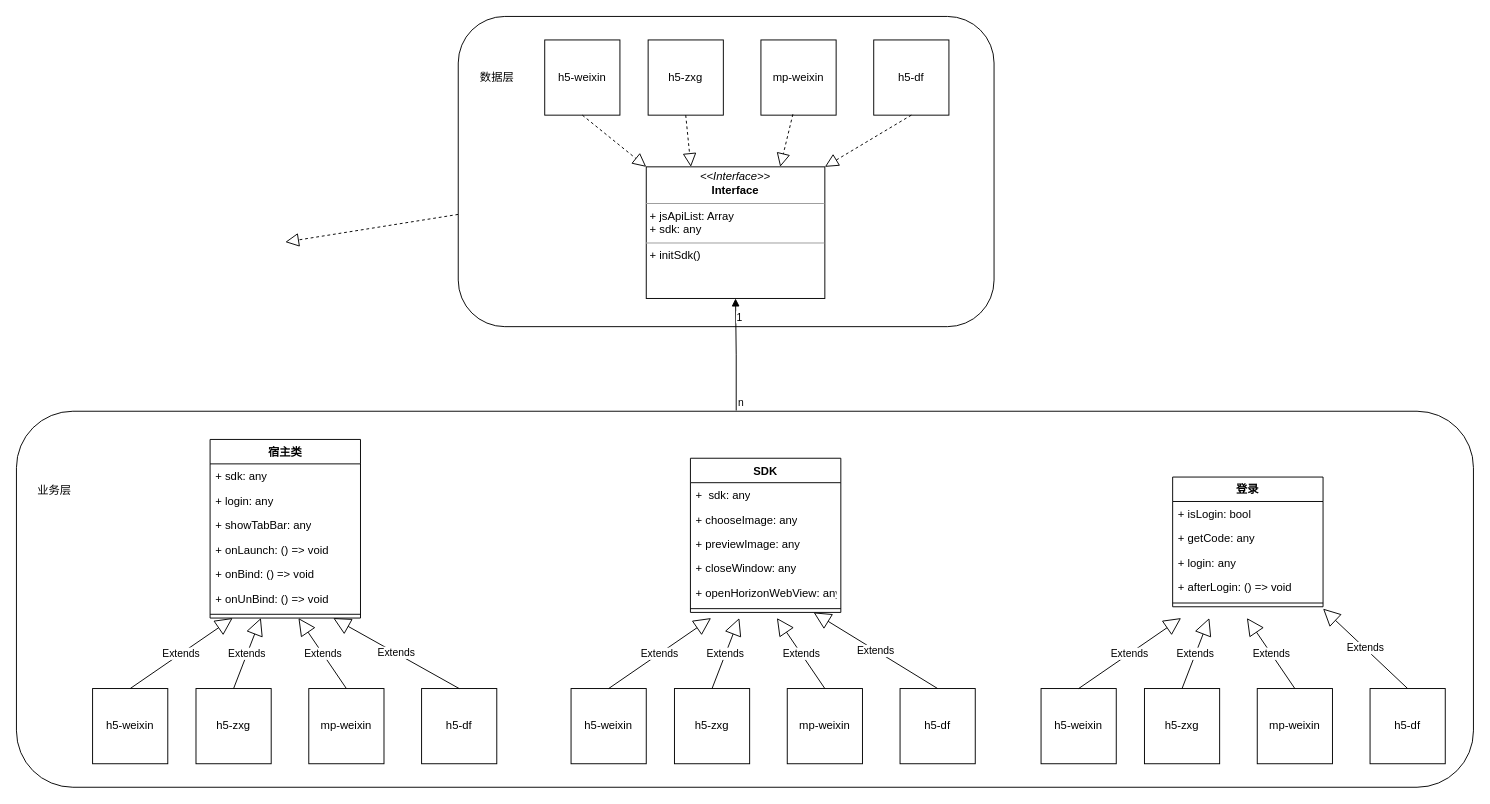
Earlier version of the draw.io diagram page "第 2 页" (2 of 3) of 未命名绘图.drawio (ios2014/ios--). Source tidied: cells renumbered, new cells numbered last; positions are measured from the earlier drawing's top-left corner, leaving out a move shared by most shapes. Both pictures are drawn from the tidied source at 94%, with x=0, y=0 at pixel (16, 16).
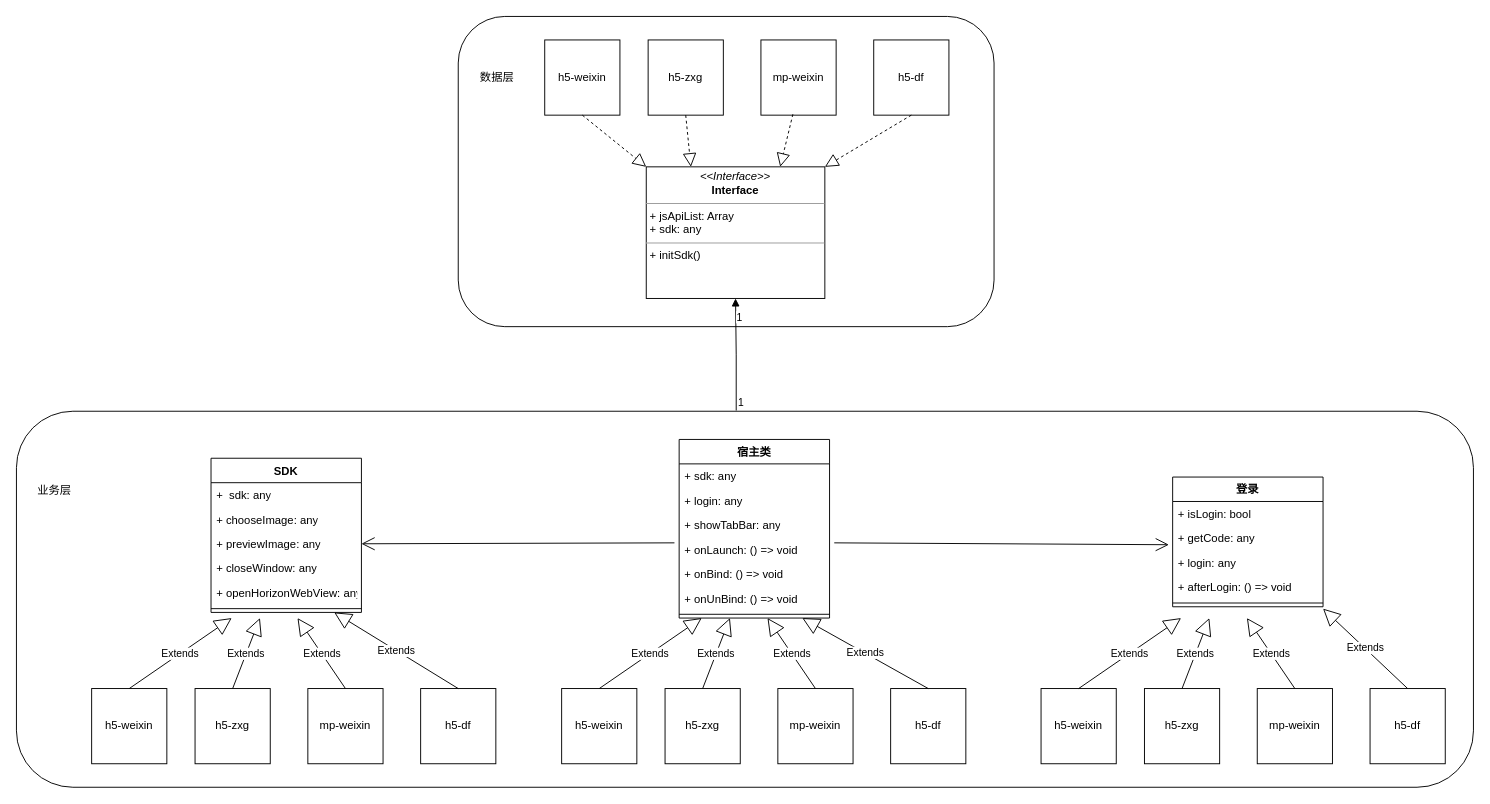
The same page after the edit.

The change refers to these unchanged cells:
```xml
<mxCell id="7" style="rounded=1;whiteSpace=wrap;html=1;" parent="1" vertex="1">
  <mxGeometry x="470" width="570" height="330" as="geometry" />
</mxCell>
<mxCell id="24" style="endArrow=block;endFill=1;html=1;edgeStyle=orthogonalEdgeStyle;align=left;verticalAlign=top;rounded=0;entryX=0.5;entryY=1;entryDx=0;entryDy=0;exitX=0.494;exitY=-0.002;exitDx=0;exitDy=0;exitPerimeter=0;" parent="1" edge="1" source="3" target="15">
  <mxGeometry x="-1" relative="1" as="geometry" />
</mxCell>
<mxCell id="42" value="+&amp;nbsp;previewImage:&amp;nbsp;any" style="text;strokeColor=none;fillColor=none;align=left;verticalAlign=top;spacingLeft=4;spacingRight=4;overflow=hidden;points=[[0,0.5],[1,0.5]];portConstraint=eastwest;whiteSpace=wrap;html=1;" parent="39" vertex="1">
  <mxGeometry y="78" width="160" height="26" as="geometry" />
</mxCell>
<mxCell id="56" value="+&amp;nbsp;getCode:&amp;nbsp;any" style="text;strokeColor=none;fillColor=none;align=left;verticalAlign=top;spacingLeft=4;spacingRight=4;overflow=hidden;points=[[0,0.5],[1,0.5]];portConstraint=eastwest;whiteSpace=wrap;html=1;" parent="54" vertex="1">
  <mxGeometry y="52" width="160" height="26" as="geometry" />
</mxCell>
```

The edit, as a diff of the source:
```diff
@@
-    <mxCell id="2" style="endArrow=block;dashed=1;endFill=0;endSize=12;html=1;rounded=0;" parent="1" edge="1" source="7">
-      <mxGeometry relative="1" as="geometry">
-        <mxPoint x="286" y="240" as="targetPoint" />
-      </mxGeometry>
-    </mxCell>
@@
     <mxCell id="4" value="h5-weixin" style="whiteSpace=wrap;html=1;" parent="1" vertex="1">
-      <mxGeometry x="81" y="715" width="80" height="80" as="geometry" />
+      <mxGeometry x="580" y="715" width="80" height="80" as="geometry" />
     </mxCell>
     <mxCell id="5" value="h5-zxg" style="whiteSpace=wrap;html=1;" parent="1" vertex="1">
-      <mxGeometry x="191" y="715" width="80" height="80" as="geometry" />
+      <mxGeometry x="690" y="715" width="80" height="80" as="geometry" />
     </mxCell>
     <mxCell id="6" value="mp-weixin" style="whiteSpace=wrap;html=1;" parent="1" vertex="1">
-      <mxGeometry x="311" y="715" width="80" height="80" as="geometry" />
+      <mxGeometry x="810" y="715" width="80" height="80" as="geometry" />
     </mxCell>
@@
     <mxCell id="8" value="h5-df" style="whiteSpace=wrap;html=1;" parent="1" vertex="1">
-      <mxGeometry x="431" y="715" width="80" height="80" as="geometry" />
+      <mxGeometry x="930" y="715" width="80" height="80" as="geometry" />
     </mxCell>
@@
     <mxCell id="16" value="宿主类" style="swimlane;fontStyle=1;align=center;verticalAlign=top;horizontal=1;startSize=26;whiteSpace=wrap;html=1;" parent="1" vertex="1">
-      <mxGeometry x="206" y="450" width="160" height="190" as="geometry" />
+      <mxGeometry x="705" y="450" width="160" height="190" as="geometry" />
     </mxCell>
@@
-    <mxCell id="25" value="n" style="edgeLabel;html=1;align=left;verticalAlign=bottom;" parent="24" vertex="1">
+    <mxCell id="25" value="1" style="edgeLabel;html=1;align=left;verticalAlign=bottom;" parent="24" vertex="1">
       <mxGeometry x="-1" relative="1" as="geometry" />
     </mxCell>
@@
     <mxCell id="27" value="Extends" style="endArrow=block;endSize=16;endFill=0;html=1;rounded=0;exitX=0.5;exitY=0;exitDx=0;exitDy=0;" parent="1" edge="1" source="6">
       <mxGeometry relative="1" as="geometry">
-        <mxPoint x="300" y="640" as="targetPoint" />
+        <mxPoint x="799" y="640" as="targetPoint" />
       </mxGeometry>
     </mxCell>
     <mxCell id="28" value="Extends" style="endArrow=block;endSize=16;endFill=0;html=1;rounded=0;exitX=0.5;exitY=0;exitDx=0;exitDy=0;" parent="1" edge="1" source="5">
       <mxGeometry relative="1" as="geometry">
-        <mxPoint x="260" y="640" as="targetPoint" />
+        <mxPoint x="759" y="640" as="targetPoint" />
       </mxGeometry>
     </mxCell>
@@
     <mxCell id="30" value="Extends" style="endArrow=block;endSize=16;endFill=0;html=1;rounded=0;exitX=0.5;exitY=0;exitDx=0;exitDy=0;" parent="1" edge="1" source="4">
       <mxGeometry relative="1" as="geometry">
-        <mxPoint x="230" y="640" as="targetPoint" />
+        <mxPoint x="729" y="640" as="targetPoint" />
       </mxGeometry>
     </mxCell>
@@
     <mxCell id="35" value="h5-weixin" style="whiteSpace=wrap;html=1;" parent="1" vertex="1">
-      <mxGeometry x="590" y="715" width="80" height="80" as="geometry" />
+      <mxGeometry x="80" y="715" width="80" height="80" as="geometry" />
     </mxCell>
     <mxCell id="36" value="h5-zxg" style="whiteSpace=wrap;html=1;" parent="1" vertex="1">
-      <mxGeometry x="700" y="715" width="80" height="80" as="geometry" />
+      <mxGeometry x="190" y="715" width="80" height="80" as="geometry" />
     </mxCell>
     <mxCell id="37" value="mp-weixin" style="whiteSpace=wrap;html=1;" parent="1" vertex="1">
-      <mxGeometry x="820" y="715" width="80" height="80" as="geometry" />
+      <mxGeometry x="310" y="715" width="80" height="80" as="geometry" />
     </mxCell>
     <mxCell id="38" value="h5-df" style="whiteSpace=wrap;html=1;" parent="1" vertex="1">
-      <mxGeometry x="940" y="715" width="80" height="80" as="geometry" />
+      <mxGeometry x="430" y="715" width="80" height="80" as="geometry" />
     </mxCell>
     <mxCell id="39" value="SDK" style="swimlane;fontStyle=1;align=center;verticalAlign=top;horizontal=1;startSize=26;whiteSpace=wrap;html=1;" parent="1" vertex="1">
-      <mxGeometry x="717" y="470" width="160" height="164" as="geometry" />
+      <mxGeometry x="207" y="470" width="160" height="164" as="geometry" />
     </mxCell>
@@
     <mxCell id="46" value="Extends" style="endArrow=block;endSize=16;endFill=0;html=1;rounded=0;exitX=0.5;exitY=0;exitDx=0;exitDy=0;" parent="1" edge="1" source="37">
       <mxGeometry relative="1" as="geometry">
-        <mxPoint x="809" y="640" as="targetPoint" />
+        <mxPoint x="299" y="640" as="targetPoint" />
       </mxGeometry>
     </mxCell>
     <mxCell id="47" value="Extends" style="endArrow=block;endSize=16;endFill=0;html=1;rounded=0;exitX=0.5;exitY=0;exitDx=0;exitDy=0;" parent="1" edge="1" source="36">
       <mxGeometry relative="1" as="geometry">
-        <mxPoint x="769" y="640" as="targetPoint" />
+        <mxPoint x="259" y="640" as="targetPoint" />
       </mxGeometry>
     </mxCell>
@@
     <mxCell id="49" value="Extends" style="endArrow=block;endSize=16;endFill=0;html=1;rounded=0;exitX=0.5;exitY=0;exitDx=0;exitDy=0;" parent="1" edge="1" source="35">
       <mxGeometry relative="1" as="geometry">
-        <mxPoint x="739" y="640" as="targetPoint" />
+        <mxPoint x="229" y="640" as="targetPoint" />
       </mxGeometry>
     </mxCell>
@@
+    <mxCell id="64" style="endArrow=open;endFill=1;endSize=12;html=1;rounded=0;entryX=-0.025;entryY=0.769;entryDx=0;entryDy=0;entryPerimeter=0;" parent="1" edge="1" target="56">
+      <mxGeometry relative="1" as="geometry">
+        <mxPoint x="870" y="560" as="sourcePoint" />
+      </mxGeometry>
+    </mxCell>
+    <mxCell id="65" style="endArrow=open;endFill=1;endSize=12;html=1;rounded=0;entryX=1;entryY=0.5;entryDx=0;entryDy=0;" parent="1" edge="1" target="42">
+      <mxGeometry relative="1" as="geometry">
+        <mxPoint x="700" y="560" as="sourcePoint" />
+      </mxGeometry>
+    </mxCell>
```
